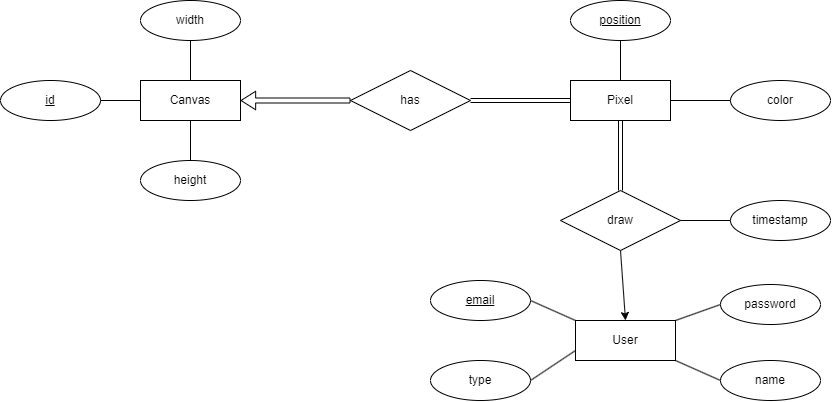
Before: design/erd.drawio.png, a diagram exported from draw.io (creme332/art98). Source tidied: cells renumbered, new cells last; positions are measured from the earlier drawing's top-left corner, leaving out a move shared by most shapes. Its diagram source:
```xml
<mxGraphModel>
  <root>
    <mxCell id="0" />
    <mxCell id="1" parent="0" />
    <mxCell id="2" value="Canvas" style="whiteSpace=wrap;html=1;align=center;" parent="1" vertex="1">
      <mxGeometry x="140" y="80" width="100" height="40" as="geometry" />
    </mxCell>
    <mxCell id="3" value="Pixel" style="whiteSpace=wrap;html=1;align=center;" parent="1" vertex="1">
      <mxGeometry x="570" y="80" width="100" height="40" as="geometry" />
    </mxCell>
    <mxCell id="4" value="User&lt;br&gt;" style="whiteSpace=wrap;html=1;align=center;" parent="1" vertex="1">
      <mxGeometry x="575" y="320" width="100" height="40" as="geometry" />
    </mxCell>
    <mxCell id="5" value="has" style="shape=rhombus;perimeter=rhombusPerimeter;whiteSpace=wrap;html=1;align=center;" parent="1" vertex="1">
      <mxGeometry x="350" y="70" width="120" height="60" as="geometry" />
    </mxCell>
    <mxCell id="6" style="edgeStyle=none;html=1;exitX=0.5;exitY=1;exitDx=0;exitDy=0;entryX=0.5;entryY=0;entryDx=0;entryDy=0;" parent="1" edge="1" source="7" target="4">
      <mxGeometry relative="1" as="geometry" />
    </mxCell>
    <mxCell id="7" value="draw" style="shape=rhombus;perimeter=rhombusPerimeter;whiteSpace=wrap;html=1;align=center;" parent="1" vertex="1">
      <mxGeometry x="560" y="190" width="120" height="60" as="geometry" />
    </mxCell>
    <mxCell id="8" value="height" style="ellipse;whiteSpace=wrap;html=1;align=center;" parent="1" vertex="1">
      <mxGeometry x="140" y="160" width="100" height="40" as="geometry" />
    </mxCell>
    <mxCell id="9" value="width" style="ellipse;whiteSpace=wrap;html=1;align=center;" parent="1" vertex="1">
      <mxGeometry x="140" width="100" height="40" as="geometry" />
    </mxCell>
    <mxCell id="10" value="id" style="ellipse;whiteSpace=wrap;html=1;align=center;fontStyle=4;" parent="1" vertex="1">
      <mxGeometry y="80" width="100" height="40" as="geometry" />
    </mxCell>
    <mxCell id="11" value="name" style="ellipse;whiteSpace=wrap;html=1;align=center;" parent="1" vertex="1">
      <mxGeometry x="720" y="360" width="100" height="40" as="geometry" />
    </mxCell>
    <mxCell id="12" value="&lt;u&gt;email&lt;/u&gt;" style="ellipse;whiteSpace=wrap;html=1;align=center;" parent="1" vertex="1">
      <mxGeometry x="430" y="280" width="100" height="40" as="geometry" />
    </mxCell>
    <mxCell id="13" value="password" style="ellipse;whiteSpace=wrap;html=1;align=center;" parent="1" vertex="1">
      <mxGeometry x="720" y="284" width="100" height="40" as="geometry" />
    </mxCell>
    <mxCell id="14" value="type" style="ellipse;whiteSpace=wrap;html=1;align=center;" parent="1" vertex="1">
      <mxGeometry x="430" y="360" width="100" height="40" as="geometry" />
    </mxCell>
    <mxCell id="15" value="color" style="ellipse;whiteSpace=wrap;html=1;align=center;" parent="1" vertex="1">
      <mxGeometry x="730" y="80" width="100" height="40" as="geometry" />
    </mxCell>
    <mxCell id="16" value="&lt;u&gt;position&lt;/u&gt;" style="ellipse;whiteSpace=wrap;html=1;align=center;" parent="1" vertex="1">
      <mxGeometry x="570" width="100" height="40" as="geometry" />
    </mxCell>
    <mxCell id="17" style="endArrow=none;html=1;exitX=1;exitY=0.5;exitDx=0;exitDy=0;entryX=0;entryY=0.75;entryDx=0;entryDy=0;" parent="1" edge="1" source="14" target="4">
      <mxGeometry relative="1" as="geometry" />
    </mxCell>
    <mxCell id="18" style="endArrow=none;html=1;entryX=1;entryY=0.5;entryDx=0;entryDy=0;exitX=0;exitY=0;exitDx=0;exitDy=0;" parent="1" edge="1" source="4" target="12">
      <mxGeometry relative="1" as="geometry" />
    </mxCell>
    <mxCell id="19" style="endArrow=none;html=1;entryX=0.5;entryY=1;entryDx=0;entryDy=0;" parent="1" edge="1" source="3" target="16">
      <mxGeometry relative="1" as="geometry" />
    </mxCell>
    <mxCell id="20" style="endArrow=none;html=1;entryX=0.5;entryY=1;entryDx=0;entryDy=0;exitX=0.5;exitY=0;exitDx=0;exitDy=0;" parent="1" edge="1" source="8" target="2">
      <mxGeometry relative="1" as="geometry" />
    </mxCell>
    <mxCell id="21" style="endArrow=none;html=1;exitX=1;exitY=0.5;exitDx=0;exitDy=0;entryX=0;entryY=0.5;entryDx=0;entryDy=0;" parent="1" edge="1" source="10" target="2">
      <mxGeometry relative="1" as="geometry" />
    </mxCell>
    <mxCell id="22" style="endArrow=none;html=1;exitX=0.5;exitY=1;exitDx=0;exitDy=0;entryX=0.5;entryY=0;entryDx=0;entryDy=0;" parent="1" edge="1" source="9" target="2">
      <mxGeometry relative="1" as="geometry" />
    </mxCell>
    <mxCell id="23" style="endArrow=none;html=1;entryX=0;entryY=0.5;entryDx=0;entryDy=0;exitX=1;exitY=0;exitDx=0;exitDy=0;" parent="1" edge="1" source="4" target="13">
      <mxGeometry relative="1" as="geometry" />
    </mxCell>
    <mxCell id="24" style="endArrow=none;html=1;exitX=0;exitY=0.5;exitDx=0;exitDy=0;entryX=1;entryY=1;entryDx=0;entryDy=0;" parent="1" edge="1" source="11" target="4">
      <mxGeometry relative="1" as="geometry" />
    </mxCell>
    <mxCell id="25" style="endArrow=none;html=1;entryX=0;entryY=0.5;entryDx=0;entryDy=0;exitX=1;exitY=0.5;exitDx=0;exitDy=0;" parent="1" edge="1" source="3" target="15">
      <mxGeometry relative="1" as="geometry" />
    </mxCell>
    <mxCell id="26" style="shape=link;html=1;exitX=1;exitY=0.5;exitDx=0;exitDy=0;entryX=0;entryY=0.5;entryDx=0;entryDy=0;" parent="1" edge="1" source="5" target="3">
      <mxGeometry relative="1" as="geometry" />
    </mxCell>
    <mxCell id="27" style="shape=flexArrow;endArrow=classic;html=1;entryX=1;entryY=0.5;entryDx=0;entryDy=0;endWidth=12.5;endSize=4.554166666666667;width=5;" parent="1" edge="1" source="5" target="2">
      <mxGeometry relative="1" as="geometry" />
    </mxCell>
    <mxCell id="28" style="shape=link;html=1;entryX=0.5;entryY=1;entryDx=0;entryDy=0;exitX=0.5;exitY=0;exitDx=0;exitDy=0;" parent="1" edge="1" source="7" target="3">
      <mxGeometry relative="1" as="geometry" />
    </mxCell>
    <mxCell id="29" value="timestamp&lt;br&gt;" style="ellipse;whiteSpace=wrap;html=1;align=center;" parent="1" vertex="1">
      <mxGeometry x="730" y="200" width="100" height="40" as="geometry" />
    </mxCell>
    <mxCell id="30" style="endArrow=none;html=1;exitX=1;exitY=0.5;exitDx=0;exitDy=0;entryX=0;entryY=0.5;entryDx=0;entryDy=0;" parent="1" edge="1" source="7" target="29">
      <mxGeometry relative="1" as="geometry" />
    </mxCell>
  </root>
</mxGraphModel>
```
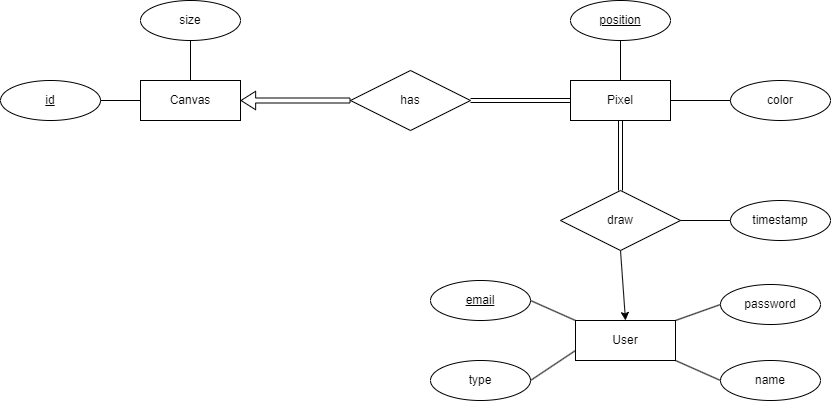
After the commit.

Commit message:
add background and remove extra property in canvas

The edit, as a diff of the source:
```diff
@@ -1,4 +1,4 @@
-<mxGraphModel>
+<mxGraphModel background="#ffffff">
   <root>
     <mxCell id="0" />
     <mxCell id="1" parent="0" />
@@ -20,10 +20,7 @@
     <mxCell id="7" value="draw" style="shape=rhombus;perimeter=rhombusPerimeter;whiteSpace=wrap;html=1;align=center;" parent="1" vertex="1">
       <mxGeometry x="560" y="190" width="120" height="60" as="geometry" />
     </mxCell>
-    <mxCell id="8" value="height" style="ellipse;whiteSpace=wrap;html=1;align=center;" parent="1" vertex="1">
-      <mxGeometry x="140" y="160" width="100" height="40" as="geometry" />
-    </mxCell>
-    <mxCell id="9" value="width" style="ellipse;whiteSpace=wrap;html=1;align=center;" parent="1" vertex="1">
+    <mxCell id="9" value="size" style="ellipse;whiteSpace=wrap;html=1;align=center;" parent="1" vertex="1">
       <mxGeometry x="140" width="100" height="40" as="geometry" />
     </mxCell>
     <mxCell id="10" value="id" style="ellipse;whiteSpace=wrap;html=1;align=center;fontStyle=4;" parent="1" vertex="1">
@@ -56,9 +53,6 @@
     <mxCell id="19" style="endArrow=none;html=1;entryX=0.5;entryY=1;entryDx=0;entryDy=0;" parent="1" edge="1" source="3" target="16">
       <mxGeometry relative="1" as="geometry" />
     </mxCell>
-    <mxCell id="20" style="endArrow=none;html=1;entryX=0.5;entryY=1;entryDx=0;entryDy=0;exitX=0.5;exitY=0;exitDx=0;exitDy=0;" parent="1" edge="1" source="8" target="2">
-      <mxGeometry relative="1" as="geometry" />
-    </mxCell>
     <mxCell id="21" style="endArrow=none;html=1;exitX=1;exitY=0.5;exitDx=0;exitDy=0;entryX=0;entryY=0.5;entryDx=0;entryDy=0;" parent="1" edge="1" source="10" target="2">
       <mxGeometry relative="1" as="geometry" />
     </mxCell>
```
